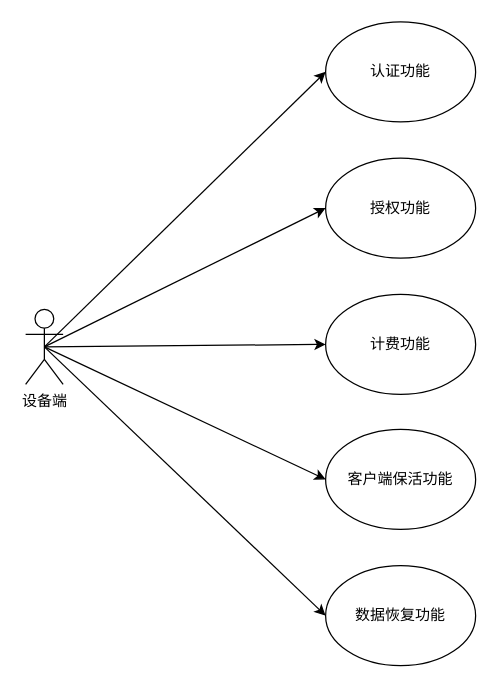
This is 设备端需求用例图.drawio from PATORITU/PATORITU, a draw.io file, before an edit. Source tidied: cells renumbered, new cells numbered last; positions are measured from the earlier drawing's top-left corner, leaving out a move shared by most shapes. Both pictures are drawn from the tidied source at 125%, with x=0, y=0 at pixel (25, 21).
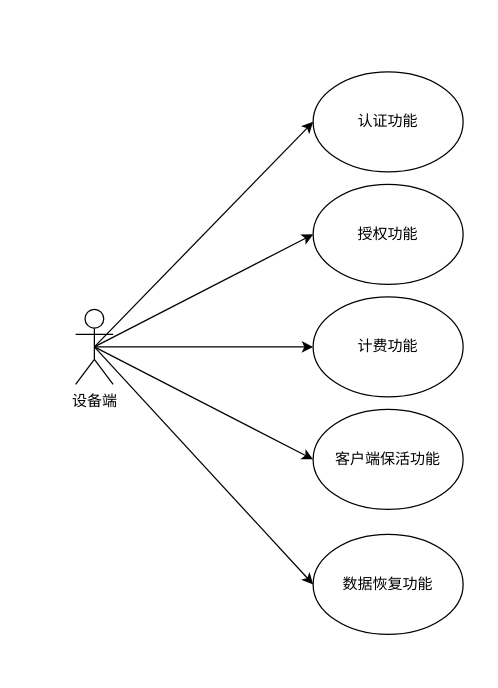
After the change.

Commit message:
更新设备端需求用例图.drawio

The edit, as a diff of the source:
```diff
@@
 <mxGraphModel>
   <root>
     <mxCell id="0" />
     <mxCell id="1" parent="0" />
-    <mxCell id="2" style="rounded=0;jettySize=auto;html=1;exitX=0.5;exitY=0.5;exitDx=0;exitDy=0;exitPerimeter=0;entryX=0;entryY=0.5;entryDx=0;entryDy=0;" parent="1" edge="1" source="7" target="8">
+    <mxCell id="2" style="rounded=0;jettySize=auto;html=1;exitX=0.5;exitY=0.5;exitDx=0;exitDy=0;exitPerimeter=0;entryX=0;entryY=0.5;entryDx=0;entryDy=0;fontFamily=宋体;fontSize=12;" parent="1" edge="1" source="7" target="8">
       <mxGeometry relative="1" as="geometry" />
     </mxCell>
-    <mxCell id="3" style="edgeStyle=none;rounded=0;jettySize=auto;html=1;exitX=0.5;exitY=0.5;exitDx=0;exitDy=0;exitPerimeter=0;entryX=0;entryY=0.5;entryDx=0;entryDy=0;" parent="1" edge="1" source="7" target="9">
+    <mxCell id="3" style="edgeStyle=none;rounded=0;jettySize=auto;html=1;exitX=0.5;exitY=0.5;exitDx=0;exitDy=0;exitPerimeter=0;entryX=0;entryY=0.5;entryDx=0;entryDy=0;fontFamily=宋体;fontSize=12;" parent="1" edge="1" source="7" target="9">
       <mxGeometry relative="1" as="geometry" />
     </mxCell>
-    <mxCell id="4" style="edgeStyle=none;rounded=0;jettySize=auto;html=1;exitX=0.5;exitY=0.5;exitDx=0;exitDy=0;exitPerimeter=0;entryX=0;entryY=0.5;entryDx=0;entryDy=0;" parent="1" edge="1" source="7" target="10">
+    <mxCell id="4" style="edgeStyle=none;rounded=0;jettySize=auto;html=1;exitX=0.5;exitY=0.5;exitDx=0;exitDy=0;exitPerimeter=0;entryX=0;entryY=0.5;entryDx=0;entryDy=0;fontFamily=宋体;fontSize=12;" parent="1" edge="1" source="7" target="10">
       <mxGeometry relative="1" as="geometry" />
     </mxCell>
-    <mxCell id="5" style="edgeStyle=none;rounded=0;jettySize=auto;html=1;exitX=0.5;exitY=0.5;exitDx=0;exitDy=0;exitPerimeter=0;entryX=0;entryY=0.5;entryDx=0;entryDy=0;" parent="1" edge="1" source="7" target="11">
+    <mxCell id="5" style="edgeStyle=none;rounded=0;jettySize=auto;html=1;exitX=0.5;exitY=0.5;exitDx=0;exitDy=0;exitPerimeter=0;entryX=0;entryY=0.5;entryDx=0;entryDy=0;fontFamily=宋体;fontSize=12;" parent="1" edge="1" source="7" target="11">
       <mxGeometry relative="1" as="geometry" />
     </mxCell>
-    <mxCell id="6" style="edgeStyle=none;rounded=0;jettySize=auto;html=1;exitX=0.5;exitY=0.5;exitDx=0;exitDy=0;exitPerimeter=0;entryX=0;entryY=0.5;entryDx=0;entryDy=0;" parent="1" edge="1" source="7" target="12">
+    <mxCell id="6" style="edgeStyle=none;rounded=0;jettySize=auto;html=1;exitX=0.5;exitY=0.5;exitDx=0;exitDy=0;exitPerimeter=0;entryX=0;entryY=0.5;entryDx=0;entryDy=0;fontFamily=宋体;fontSize=12;" parent="1" edge="1" source="7" target="12">
       <mxGeometry relative="1" as="geometry" />
     </mxCell>
-    <mxCell id="7" value="设备端" style="shape=umlActor;verticalLabelPosition=bottom;verticalAlign=top;html=1;outlineConnect=0;" parent="1" vertex="1">
-      <mxGeometry y="230" width="30" height="60" as="geometry" />
+    <mxCell id="7" value="设备端" style="shape=umlActor;verticalLabelPosition=bottom;verticalAlign=top;html=1;outlineConnect=0;fontFamily=宋体;fontSize=12;" parent="1" vertex="1">
+      <mxGeometry x="40" y="230" width="30" height="60" as="geometry" />
     </mxCell>
-    <mxCell id="8" value="认证功能" style="ellipse;whiteSpace=wrap;html=1;" parent="1" vertex="1">
-      <mxGeometry x="240" width="120" height="80" as="geometry" />
+    <mxCell id="8" value="认证功能" style="ellipse;whiteSpace=wrap;html=1;fontFamily=宋体;fontSize=12;flipV=0;flipH=1;" parent="1" vertex="1">
+      <mxGeometry x="230" y="40" width="120" height="80" as="geometry" />
     </mxCell>
-    <mxCell id="9" value="授权功能" style="ellipse;whiteSpace=wrap;html=1;" parent="1" vertex="1">
-      <mxGeometry x="240" y="109" width="120" height="80" as="geometry" />
+    <mxCell id="9" value="授权功能" style="ellipse;whiteSpace=wrap;html=1;fontFamily=宋体;fontSize=12;flipV=0;flipH=1;" parent="1" vertex="1">
+      <mxGeometry x="230" y="130" width="120" height="80" as="geometry" />
     </mxCell>
-    <mxCell id="10" value="计费功能" style="ellipse;whiteSpace=wrap;html=1;" parent="1" vertex="1">
-      <mxGeometry x="240" y="218" width="120" height="80" as="geometry" />
+    <mxCell id="10" value="计费功能" style="ellipse;whiteSpace=wrap;html=1;fontFamily=宋体;fontSize=12;flipV=0;flipH=1;" parent="1" vertex="1">
+      <mxGeometry x="230" y="220" width="120" height="80" as="geometry" />
     </mxCell>
-    <mxCell id="11" value="客户端保活功能" style="ellipse;whiteSpace=wrap;html=1;" parent="1" vertex="1">
-      <mxGeometry x="240" y="326" width="120" height="80" as="geometry" />
+    <mxCell id="11" value="客户端保活功能" style="ellipse;whiteSpace=wrap;html=1;fontFamily=宋体;fontSize=12;flipV=0;flipH=1;" parent="1" vertex="1">
+      <mxGeometry x="230" y="310" width="120" height="80" as="geometry" />
     </mxCell>
-    <mxCell id="12" value="数据恢复功能" style="ellipse;whiteSpace=wrap;html=1;" parent="1" vertex="1">
-      <mxGeometry x="240" y="435" width="120" height="80" as="geometry" />
+    <mxCell id="12" value="数据恢复功能" style="ellipse;whiteSpace=wrap;html=1;fontFamily=宋体;fontSize=12;flipV=0;flipH=1;" parent="1" vertex="1">
+      <mxGeometry x="230" y="410" width="120" height="80" as="geometry" />
     </mxCell>
   </root>
 </mxGraphModel>
```
